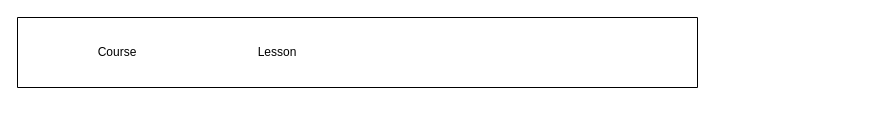
Before: draw.io/image bus.drawio in Caesar-Victory/archtechIllustration, a draw.io diagram. Source tidied: cells renumbered, new cells numbered last; positions are measured from the earlier drawing's top-left corner, leaving out a move shared by most shapes. Both pictures are drawn from the tidied source at 100%, with x=0, y=0 at pixel (17, 17).
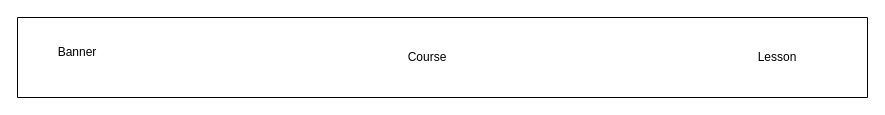
The same page after the edit.

Change to the diagram source:
```diff
@@
 <mxGraphModel>
   <root>
     <mxCell id="0" />
     <mxCell id="1" parent="0" />
     <mxCell id="2" style="swimlane;startSize=0;" parent="1" vertex="1">
-      <mxGeometry width="680" height="70" as="geometry" />
+      <mxGeometry width="850" height="80" as="geometry" />
     </mxCell>
     <mxCell id="3" value="Course" style="text;html=1;strokeColor=none;fillColor=none;align=center;verticalAlign=middle;whiteSpace=wrap;rounded=0;" parent="2" vertex="1">
-      <mxGeometry x="70" y="20" width="60" height="30" as="geometry" />
+      <mxGeometry x="380" y="25" width="60" height="30" as="geometry" />
     </mxCell>
     <mxCell id="4" value="Lesson" style="text;html=1;strokeColor=none;fillColor=none;align=center;verticalAlign=middle;whiteSpace=wrap;rounded=0;" parent="2" vertex="1">
-      <mxGeometry x="230" y="20" width="60" height="30" as="geometry" />
+      <mxGeometry x="730" y="25" width="60" height="30" as="geometry" />
     </mxCell>
+    <mxCell id="5" value="Banner" style="text;html=1;strokeColor=none;fillColor=none;align=center;verticalAlign=middle;whiteSpace=wrap;rounded=0;" parent="2" vertex="1">
+      <mxGeometry x="30" y="20" width="60" height="30" as="geometry" />
+    </mxCell>
   </root>
 </mxGraphModel>
```
